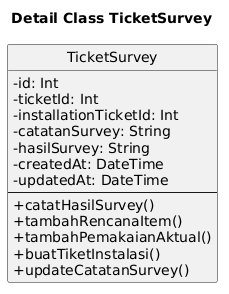
Earlier version of the PlantUML export docs/plantuml/detail-classes/detail-class-ticket-survey.png (janbu12/nemafi-be).
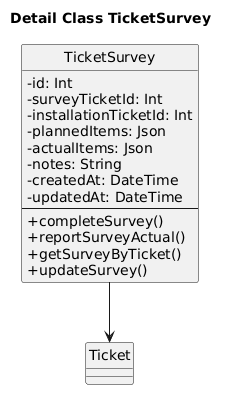
The same diagram one commit later.

Diff of the diagram source:
```diff
@@ -2,21 +2,25 @@
 title Detail Class TicketSurvey
 
 skinparam classAttributeIconSize 0
+skinparam shadowing false
+skinparam defaultFontName "Times New Roman"
 hide circle
 
 class TicketSurvey {
   - id: Int
-  - ticketId: Int
+  - surveyTicketId: Int
   - installationTicketId: Int
-  - catatanSurvey: String
-  - hasilSurvey: String
+  - plannedItems: Json
+  - actualItems: Json
+  - notes: String
   - createdAt: DateTime
   - updatedAt: DateTime
   --
-  + catatHasilSurvey()
-  + tambahRencanaItem()
-  + tambahPemakaianAktual()
-  + buatTiketInstalasi()
-  + updateCatatanSurvey()
+  + completeSurvey()
+  + reportSurveyActual()
+  + getSurveyByTicket()
+  + updateSurvey()
 }
+
+TicketSurvey --> Ticket
 @enduml
```
